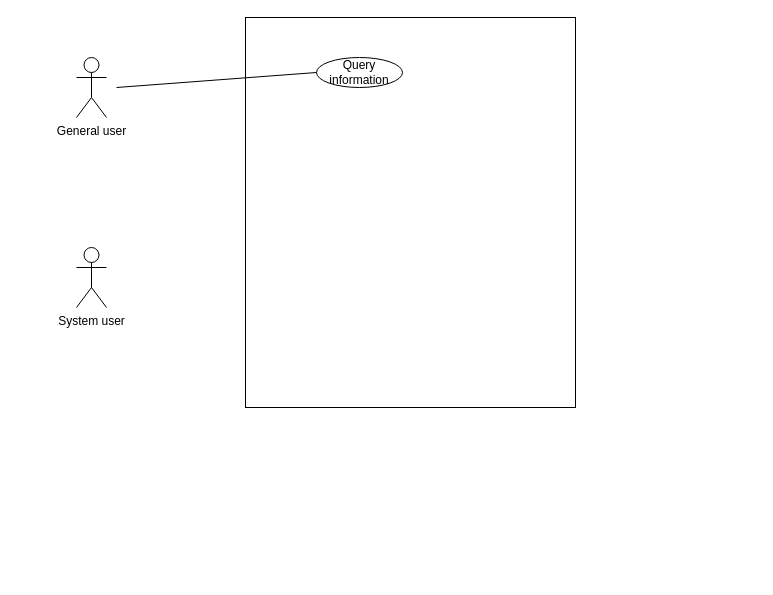
Before: UseCase.drawio in coldbubbletea/Quiz-for-object-oriented-analysis, a draw.io diagram. Source tidied: cells renumbered, new cells numbered last; positions are measured from the earlier drawing's top-left corner, leaving out a move shared by most shapes. Both pictures are drawn from the tidied source at 100%, with x=0, y=0 at pixel (76, 17).
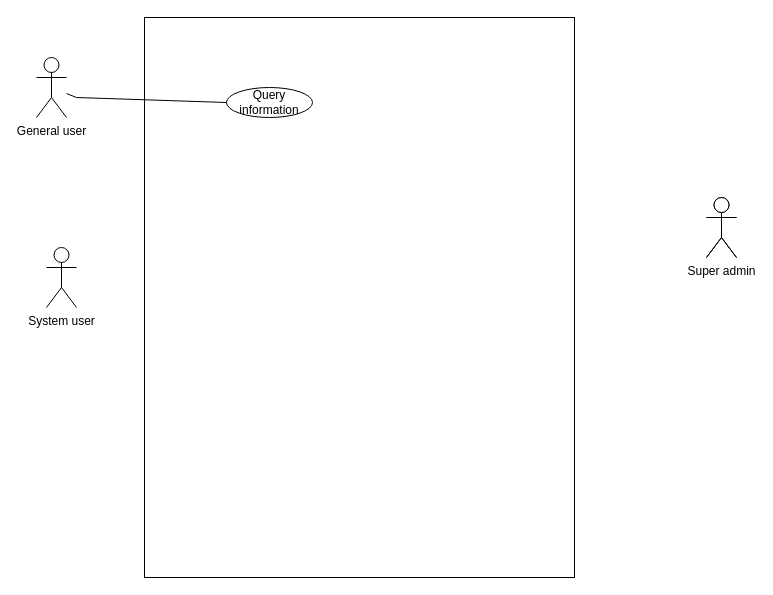
The same page after the edit.

Diff of the diagram source:
```diff
@@
 <mxGraphModel>
   <root>
     <mxCell id="0" />
     <mxCell id="1" parent="0" />
     <mxCell id="2" style="rounded=0;whiteSpace=wrap;html=1;" parent="1" vertex="1">
-      <mxGeometry x="169" width="330" height="390" as="geometry" />
+      <mxGeometry x="68" width="430" height="560" as="geometry" />
     </mxCell>
     <mxCell id="3" value="General user" style="shape=umlActor;verticalLabelPosition=bottom;verticalAlign=top;html=1;outlineConnect=0;" parent="1" vertex="1">
-      <mxGeometry y="40" width="30" height="60" as="geometry" />
+      <mxGeometry x="-40" y="40" width="30" height="60" as="geometry" />
     </mxCell>
     <mxCell id="4" style="ellipse;whiteSpace=wrap;html=1;" parent="1" vertex="1">
-      <mxGeometry x="240" y="40" width="86" height="30" as="geometry" />
+      <mxGeometry x="150" y="70" width="86" height="30" as="geometry" />
     </mxCell>
     <mxCell id="5" value="Query information" style="text;html=1;strokeColor=none;fillColor=none;align=center;verticalAlign=middle;whiteSpace=wrap;rounded=0;" parent="1" vertex="1">
-      <mxGeometry x="253" y="40" width="60" height="30" as="geometry" />
+      <mxGeometry x="163" y="70" width="60" height="30" as="geometry" />
     </mxCell>
-    <mxCell id="6" style="endArrow=none;html=1;rounded=0;entryX=0;entryY=0.5;entryDx=0;entryDy=0;" parent="1" edge="1" target="4">
+    <mxCell id="6" style="endArrow=none;html=1;rounded=0;entryX=0;entryY=0.5;entryDx=0;entryDy=0;" parent="1" edge="1" source="3" target="4">
       <mxGeometry relative="1" as="geometry">
-        <mxPoint x="40" y="70" as="sourcePoint" />
+        <Array as="points">
+          <mxPoint y="80" />
+        </Array>
       </mxGeometry>
     </mxCell>
     <mxCell id="7" value="System user" style="shape=umlActor;verticalLabelPosition=bottom;verticalAlign=top;html=1;" parent="1" vertex="1">
-      <mxGeometry y="230" width="30" height="60" as="geometry" />
+      <mxGeometry x="-30" y="230" width="30" height="60" as="geometry" />
     </mxCell>
+    <mxCell id="8" value="Super admin" style="shape=umlActor;verticalLabelPosition=bottom;verticalAlign=top;html=1;" parent="1" vertex="1">
+      <mxGeometry x="630" y="180" width="30" height="60" as="geometry" />
+    </mxCell>
+    <mxCell id="9" style="shape=umlActor;verticalLabelPosition=bottom;verticalAlign=top;html=1;" parent="1" vertex="1">
+      <mxGeometry x="630" y="180" width="30" height="60" as="geometry" />
+    </mxCell>
   </root>
 </mxGraphModel>
```
